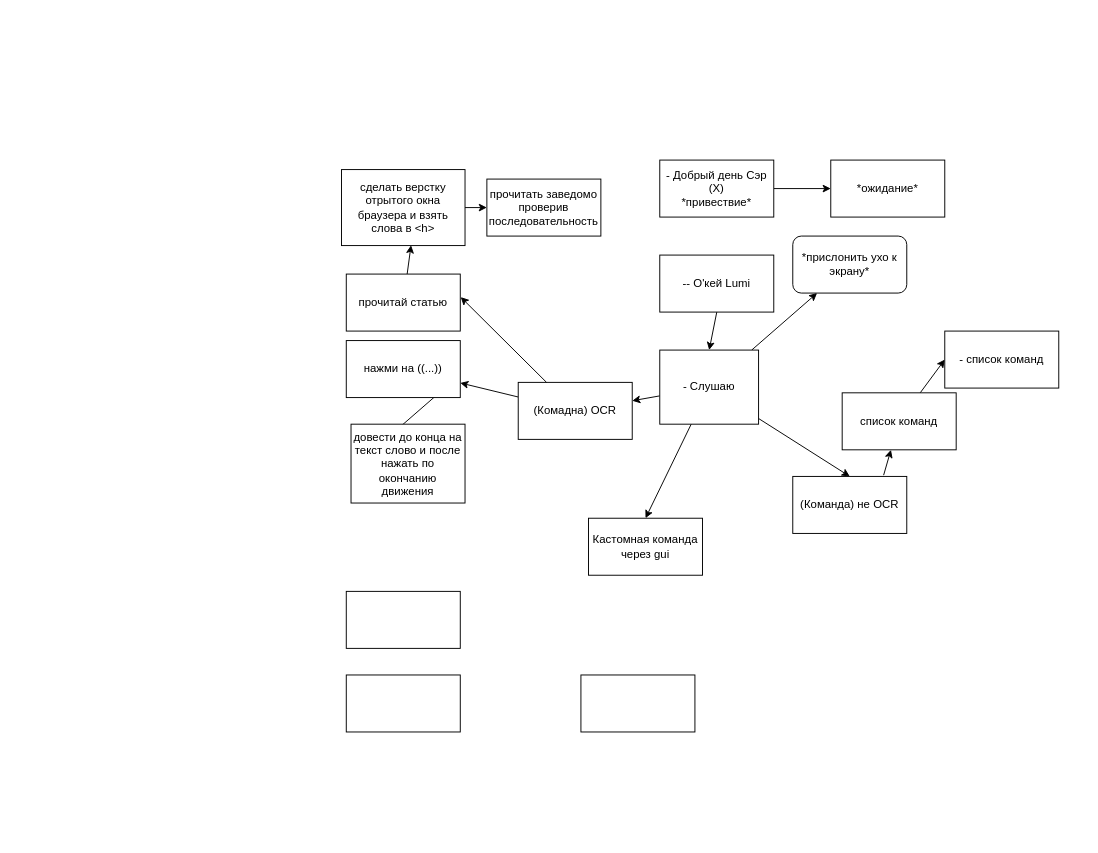
Earlier version of the draw.io diagram plan.drawio (4elobrek9/ai_helper). Source tidied: cells renumbered, new cells numbered last; positions are measured from the earlier drawing's top-left corner, leaving out a move shared by most shapes. Both pictures are drawn from the tidied source at 95%, with x=0, y=0 at pixel (341, 160).
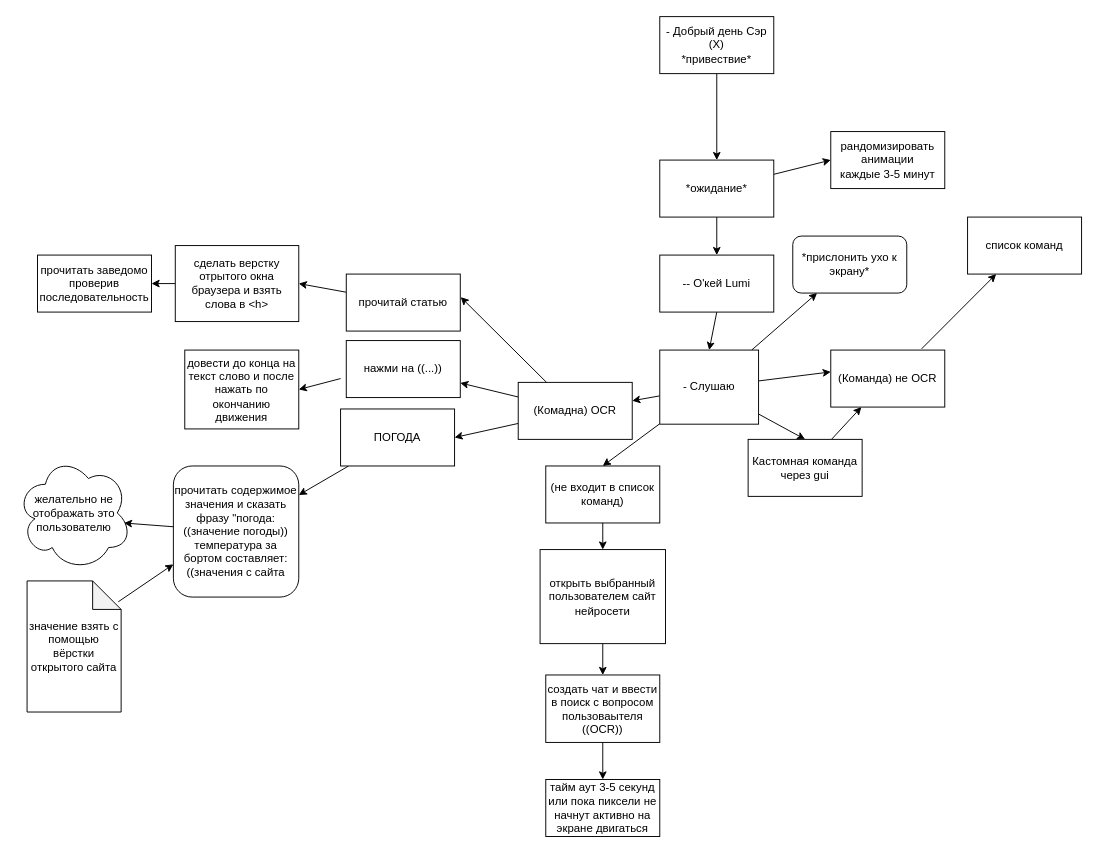
After the change.

The change refers to these unchanged cells:
```xml
<mxCell id="3" value="-- О'кей Lumi" style="rounded=0;whiteSpace=wrap;html=1;" parent="1" vertex="1">
  <mxGeometry x="335" y="100" width="120" height="60" as="geometry" />
</mxCell>
<mxCell id="9" value="- Слушаю" style="rounded=0;whiteSpace=wrap;html=1;" parent="1" vertex="1">
  <mxGeometry x="335" y="200" width="104" height="78" as="geometry" />
</mxCell>
<mxCell id="15" value="(Комадна) OCR" style="rounded=0;whiteSpace=wrap;html=1;" parent="1" vertex="1">
  <mxGeometry x="186" y="234" width="120" height="60" as="geometry" />
</mxCell>
<mxCell id="17" value="нажми на ((...))" style="rounded=0;whiteSpace=wrap;html=1;" parent="1" vertex="1">
  <mxGeometry x="5" y="190" width="120" height="60" as="geometry" />
</mxCell>
<mxCell id="24" value="прочитай статью" style="rounded=0;whiteSpace=wrap;html=1;" parent="1" vertex="1">
  <mxGeometry x="5" y="120" width="120" height="60" as="geometry" />
</mxCell>
```

What changed in the source:
```diff
@@
-    <mxCell id="8" style="edgeStyle=none;html=1;entryX=0.5;entryY=0;entryDx=0;entryDy=0;" parent="1" edge="1" source="9" target="32">
+    <mxCell id="8" style="edgeStyle=none;html=1;entryX=0;entryY=0.383;entryDx=0;entryDy=0;entryPerimeter=0;" parent="1" edge="1" source="9" target="32">
       <mxGeometry relative="1" as="geometry" />
     </mxCell>
+    <mxCell id="33" style="edgeStyle=none;html=1;entryX=0.5;entryY=0;entryDx=0;entryDy=0;" parent="1" edge="1" source="9" target="22">
+      <mxGeometry relative="1" as="geometry" />
+    </mxCell>
@@
-    <mxCell id="10" style="edgeStyle=none;html=1;entryX=0;entryY=0.5;entryDx=0;entryDy=0;" parent="1" edge="1" source="11" target="12">
+    <mxCell id="10" style="edgeStyle=none;html=1;entryX=0.5;entryY=0;entryDx=0;entryDy=0;" parent="1" edge="1" source="11" target="12">
       <mxGeometry relative="1" as="geometry" />
     </mxCell>
     <mxCell id="11" value="- Добрый день Сэр (X)&lt;br&gt;*привествие*" style="rounded=0;whiteSpace=wrap;html=1;" parent="1" vertex="1">
-      <mxGeometry x="335" width="120" height="60" as="geometry" />
+      <mxGeometry x="335" y="-151" width="120" height="60" as="geometry" />
     </mxCell>
+    <mxCell id="34" style="edgeStyle=none;html=1;entryX=0.5;entryY=0;entryDx=0;entryDy=0;" parent="1" edge="1" source="12" target="3">
+      <mxGeometry relative="1" as="geometry" />
+    </mxCell>
+    <mxCell id="35" style="edgeStyle=none;html=1;entryX=0;entryY=0.5;entryDx=0;entryDy=0;" parent="1" edge="1" source="12" target="49">
+      <mxGeometry relative="1" as="geometry" />
+    </mxCell>
     <mxCell id="12" value="*ожидание*" style="rounded=0;whiteSpace=wrap;html=1;" parent="1" vertex="1">
-      <mxGeometry x="515" width="120" height="60" as="geometry" />
+      <mxGeometry x="335" width="120" height="60" as="geometry" />
     </mxCell>
@@
+    <mxCell id="36" style="edgeStyle=none;html=1;entryX=1;entryY=0.5;entryDx=0;entryDy=0;" parent="1" edge="1" source="15" target="43">
+      <mxGeometry relative="1" as="geometry" />
+    </mxCell>
@@
-    <mxCell id="16" style="edgeStyle=none;html=1;entryX=-0.003;entryY=0.579;entryDx=0;entryDy=0;entryPerimeter=0;exitX=0.997;exitY=0.601;exitDx=0;exitDy=0;exitPerimeter=0;" parent="1" edge="1" source="17" target="30">
-      <mxGeometry relative="1" as="geometry" />
+    <mxCell id="16" style="edgeStyle=none;html=1;entryX=1;entryY=0.5;entryDx=0;entryDy=0;" parent="1" edge="1" target="30">
+      <mxGeometry relative="1" as="geometry">
+        <mxPoint x="-1" y="230" as="sourcePoint" />
+      </mxGeometry>
     </mxCell>
@@
-    <mxCell id="18" style="edgeStyle=none;html=1;entryX=0;entryY=0.5;entryDx=0;entryDy=0;" parent="1" edge="1" source="19" target="20">
-      <mxGeometry relative="1" as="geometry" />
-    </mxCell>
     <mxCell id="19" value="список команд" style="rounded=0;whiteSpace=wrap;html=1;" parent="1" vertex="1">
-      <mxGeometry x="527" y="245" width="120" height="60" as="geometry" />
+      <mxGeometry x="659" y="60" width="120" height="60" as="geometry" />
     </mxCell>
-    <mxCell id="20" value="- список команд" style="rounded=0;whiteSpace=wrap;html=1;" parent="1" vertex="1">
-      <mxGeometry x="635" y="180" width="120" height="60" as="geometry" />
-    </mxCell>
-    <mxCell id="21" style="rounded=0;whiteSpace=wrap;html=1;" parent="1" vertex="1">
-      <mxGeometry x="252" y="542" width="120" height="60" as="geometry" />
-    </mxCell>
+    <mxCell id="37" style="edgeStyle=none;html=1;entryX=0.5;entryY=0;entryDx=0;entryDy=0;" parent="1" edge="1" source="22" target="25">
+      <mxGeometry relative="1" as="geometry" />
+    </mxCell>
-    <mxCell id="22" style="rounded=0;whiteSpace=wrap;html=1;" parent="1" vertex="1">
-      <mxGeometry x="5" y="454" width="120" height="60" as="geometry" />
+    <mxCell id="22" value="(не входит в список команд)" style="rounded=0;whiteSpace=wrap;html=1;" parent="1" vertex="1">
+      <mxGeometry x="215" y="322" width="120" height="60" as="geometry" />
     </mxCell>
-    <mxCell id="23" style="edgeStyle=none;html=1;entryX=0.563;entryY=0.996;entryDx=0;entryDy=0;entryPerimeter=0;" parent="1" edge="1" source="24" target="27">
+    <mxCell id="23" style="edgeStyle=none;html=1;entryX=1;entryY=0.5;entryDx=0;entryDy=0;" parent="1" edge="1" source="24" target="27">
       <mxGeometry relative="1" as="geometry" />
     </mxCell>
@@
+    <mxCell id="38" style="edgeStyle=none;html=1;entryX=0.5;entryY=0;entryDx=0;entryDy=0;" parent="1" edge="1" source="25" target="41">
+      <mxGeometry relative="1" as="geometry" />
+    </mxCell>
-    <mxCell id="25" style="rounded=0;whiteSpace=wrap;html=1;" parent="1" vertex="1">
-      <mxGeometry x="5" y="542" width="120" height="60" as="geometry" />
+    <mxCell id="25" value="открыть выбранный пользователем сайт нейросети" style="rounded=0;whiteSpace=wrap;html=1;" parent="1" vertex="1">
+      <mxGeometry x="209" y="410" width="132" height="99" as="geometry" />
     </mxCell>
-    <mxCell id="26" style="edgeStyle=none;html=1;entryX=0;entryY=0.5;entryDx=0;entryDy=0;" parent="1" edge="1" source="27" target="28">
+    <mxCell id="26" style="edgeStyle=none;html=1;entryX=1;entryY=0.5;entryDx=0;entryDy=0;" parent="1" edge="1" source="27" target="28">
       <mxGeometry relative="1" as="geometry" />
     </mxCell>
     <mxCell id="27" value="сделать верстку отрытого окна браузера и взять слова в &amp;lt;h&amp;gt;" style="rounded=0;whiteSpace=wrap;html=1;" parent="1" vertex="1">
-      <mxGeometry y="10" width="130" height="80" as="geometry" />
+      <mxGeometry x="-175" y="90" width="130" height="80" as="geometry" />
     </mxCell>
     <mxCell id="28" value="прочитать заведомо проверив последовательность" style="rounded=0;whiteSpace=wrap;html=1;" parent="1" vertex="1">
-      <mxGeometry x="153" y="20" width="120" height="60" as="geometry" />
+      <mxGeometry x="-320" y="100" width="120" height="60" as="geometry" />
     </mxCell>
@@
     <mxCell id="30" value="довести до конца на текст слово и после нажать по окончанию движения" style="rounded=0;whiteSpace=wrap;html=1;" parent="1" vertex="1">
-      <mxGeometry x="10" y="278" width="120" height="83" as="geometry" />
+      <mxGeometry x="-165" y="200" width="120" height="83" as="geometry" />
     </mxCell>
+    <mxCell id="39" style="edgeStyle=none;html=1;" parent="1" edge="1" source="31" target="32">
+      <mxGeometry relative="1" as="geometry" />
+    </mxCell>
     <mxCell id="31" value="Кастомная команда&lt;div&gt;через gui&lt;/div&gt;" style="rounded=0;whiteSpace=wrap;html=1;" parent="1" vertex="1">
-      <mxGeometry x="260" y="377" width="120" height="60" as="geometry" />
+      <mxGeometry x="428" y="294" width="120" height="60" as="geometry" />
     </mxCell>
     <mxCell id="32" value="(Команда) не OCR" style="rounded=0;whiteSpace=wrap;html=1;" parent="1" vertex="1">
-      <mxGeometry x="475" y="333" width="120" height="60" as="geometry" />
+      <mxGeometry x="515" y="200" width="120" height="60" as="geometry" />
     </mxCell>
+    <mxCell id="40" style="edgeStyle=none;html=1;" parent="1" edge="1" source="41" target="50">
+      <mxGeometry relative="1" as="geometry" />
+    </mxCell>
+    <mxCell id="41" value="&lt;span style=&quot;color: rgb(0, 0, 0);&quot;&gt;создать чат и ввести в поиск с вопросом пользоваытеля ((OCR))&lt;/span&gt;" style="rounded=0;whiteSpace=wrap;html=1;" parent="1" vertex="1">
+      <mxGeometry x="215" y="542" width="120" height="71" as="geometry" />
+    </mxCell>
+    <mxCell id="42" style="edgeStyle=none;html=1;" parent="1" edge="1" source="43" target="44">
+      <mxGeometry relative="1" as="geometry" />
+    </mxCell>
+    <mxCell id="43" value="ПОГОДА" style="rounded=0;whiteSpace=wrap;html=1;" parent="1" vertex="1">
+      <mxGeometry x="-1" y="262" width="120" height="60" as="geometry" />
+    </mxCell>
+    <mxCell id="44" value="прочитать содержимое значения и сказать фразу &quot;погода: ((значение погоды)) температура за бортом составляет: ((значения с сайта" style="rounded=1;whiteSpace=wrap;html=1;" parent="1" vertex="1">
+      <mxGeometry x="-177" y="322" width="132" height="138" as="geometry" />
+    </mxCell>
+    <mxCell id="45" value="желательно не отображать это пользователю" style="ellipse;shape=cloud;whiteSpace=wrap;html=1;" parent="1" vertex="1">
+      <mxGeometry x="-342" y="311" width="121" height="121" as="geometry" />
+    </mxCell>
+    <mxCell id="46" style="edgeStyle=none;html=1;entryX=0.934;entryY=0.587;entryDx=0;entryDy=0;entryPerimeter=0;" parent="1" edge="1" source="44" target="45">
+      <mxGeometry relative="1" as="geometry" />
+    </mxCell>
+    <mxCell id="47" value="значение взять с помощью вёрстки открытого сайта" style="shape=note;whiteSpace=wrap;html=1;backgroundOutline=1;darkOpacity=0.05;" parent="1" vertex="1">
+      <mxGeometry x="-331" y="443" width="99" height="138" as="geometry" />
+    </mxCell>
+    <mxCell id="48" style="edgeStyle=none;html=1;exitX=0.97;exitY=0.159;exitDx=0;exitDy=0;exitPerimeter=0;entryX=0;entryY=0.75;entryDx=0;entryDy=0;" parent="1" edge="1" source="47" target="44">
+      <mxGeometry relative="1" as="geometry" />
+    </mxCell>
+    <mxCell id="49" value="рандомизировать анимации&lt;div&gt;каждые 3-5 минут&lt;/div&gt;" style="rounded=0;whiteSpace=wrap;html=1;" parent="1" vertex="1">
+      <mxGeometry x="515" y="-30" width="120" height="60" as="geometry" />
+    </mxCell>
+    <mxCell id="50" value="тайм аут 3-5 секунд или пока пиксели не начнут активно на экране двигаться" style="rounded=0;whiteSpace=wrap;html=1;" parent="1" vertex="1">
+      <mxGeometry x="215" y="652" width="120" height="60" as="geometry" />
+    </mxCell>
```
